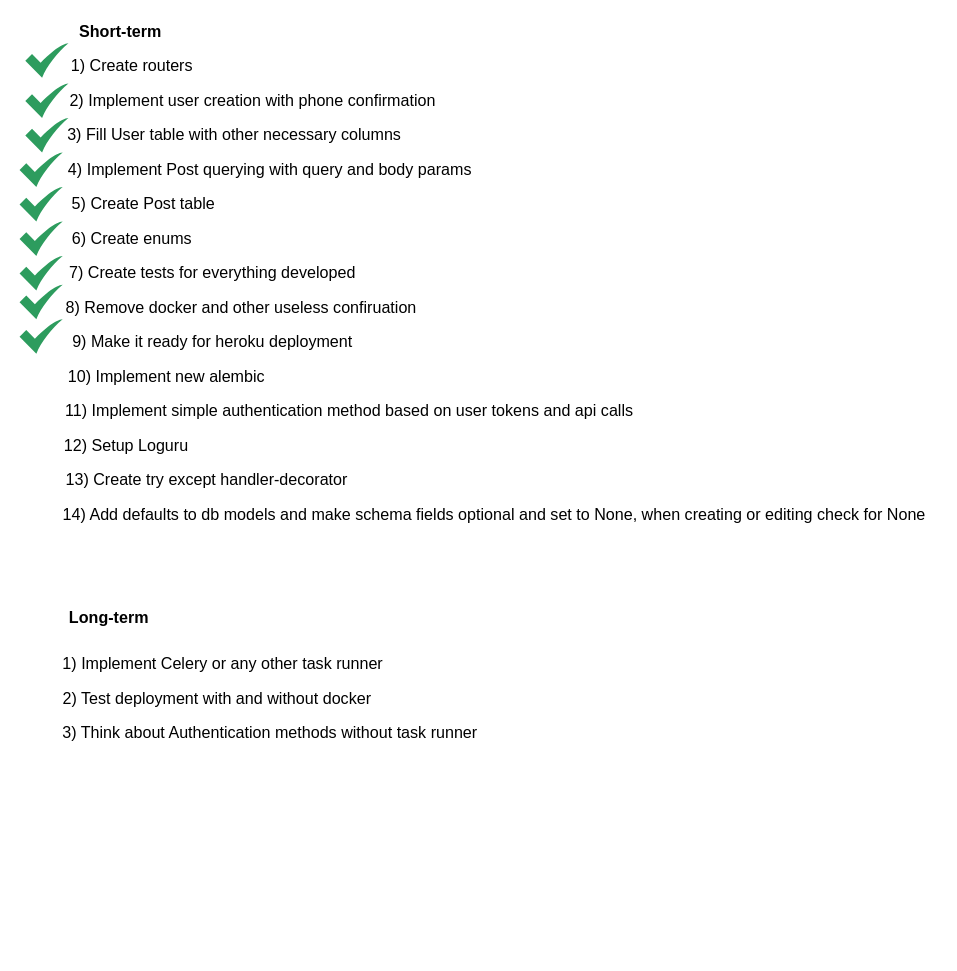
The draw.io diagram page "Objectives" (5 of 5) of backend/schema.drawio in Madi-S/kolik, before the edit. Source tidied: cells renumbered, new cells numbered last; positions are measured from the earlier drawing's top-left corner, leaving out a move shared by most shapes. Both pictures are drawn from the tidied source at 115%, with x=0, y=0 at pixel (18, 20).
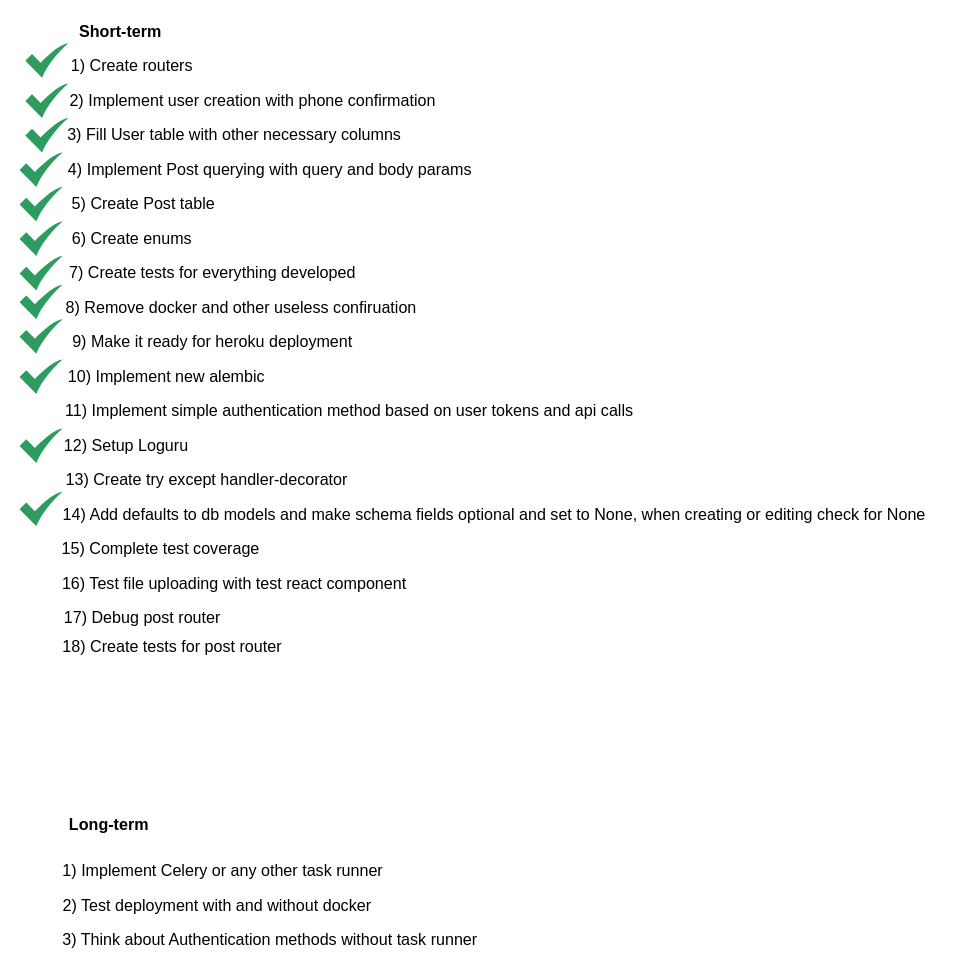
After the change.

Change to the diagram source:
```diff
@@
     <mxCell id="2" value="&lt;font style=&quot;font-size: 14px&quot;&gt;&lt;b&gt;Long-term&lt;/b&gt;&lt;/font&gt;" style="text;html=1;align=center;verticalAlign=middle;strokeColor=none;fillColor=none;" parent="1" vertex="1">
-      <mxGeometry x="38" y="510" width="80" height="20" as="geometry" />
+      <mxGeometry x="38" y="690" width="80" height="20" as="geometry" />
     </mxCell>
@@
     <mxCell id="4" value="1) Implement Celery or any other task runner" style="text;html=1;align=center;verticalAlign=middle;strokeColor=none;fillColor=none;fontSize=14;" parent="1" vertex="1">
-      <mxGeometry x="32" y="550" width="290" height="20" as="geometry" />
+      <mxGeometry x="32" y="730" width="290" height="20" as="geometry" />
     </mxCell>
     <mxCell id="5" value="2) Test deployment with and without docker" style="text;html=1;align=center;verticalAlign=middle;strokeColor=none;fillColor=none;fontSize=14;" parent="1" vertex="1">
-      <mxGeometry x="32" y="580" width="280" height="20" as="geometry" />
+      <mxGeometry x="32" y="760" width="280" height="20" as="geometry" />
     </mxCell>
     <mxCell id="6" value="3) Think about Authentication methods without task runner" style="text;html=1;align=center;verticalAlign=middle;strokeColor=none;fillColor=none;fontSize=14;" parent="1" vertex="1">
-      <mxGeometry x="28" y="610" width="380" height="20" as="geometry" />
+      <mxGeometry x="28" y="790" width="380" height="20" as="geometry" />
     </mxCell>
@@
+    <mxCell id="30" style="sketch=0;html=1;strokeColor=none;shadow=0;align=center;verticalAlign=top;fillColor=#2D9C5E;shape=mxgraph.gcp2.check;fontSize=14;" parent="1" vertex="1">
+      <mxGeometry x="0.5" y="295" width="37.5" height="30" as="geometry" />
+    </mxCell>
+    <mxCell id="31" style="sketch=0;html=1;strokeColor=none;shadow=0;align=center;verticalAlign=top;fillColor=#2D9C5E;shape=mxgraph.gcp2.check;fontSize=14;" parent="1" vertex="1">
+      <mxGeometry x="0.5" y="410" width="37.5" height="30" as="geometry" />
+    </mxCell>
+    <mxCell id="32" style="sketch=0;html=1;strokeColor=none;shadow=0;align=center;verticalAlign=top;fillColor=#2D9C5E;shape=mxgraph.gcp2.check;fontSize=14;" parent="1" vertex="1">
+      <mxGeometry x="0.5" y="355" width="37.5" height="30" as="geometry" />
+    </mxCell>
+    <mxCell id="33" value="15) Complete test coverage" style="text;html=1;align=center;verticalAlign=middle;strokeColor=none;fillColor=none;fontSize=14;" parent="1" vertex="1">
+      <mxGeometry x="28" y="450" width="190" height="20" as="geometry" />
+    </mxCell>
+    <mxCell id="34" value="16) Test file uploading with test react component" style="text;html=1;align=center;verticalAlign=middle;strokeColor=none;fillColor=none;fontSize=14;" parent="1" vertex="1">
+      <mxGeometry x="32" y="480" width="310" height="20" as="geometry" />
+    </mxCell>
+    <mxCell id="35" value="17) Debug post router" style="text;html=1;align=center;verticalAlign=middle;strokeColor=none;fillColor=none;fontSize=14;" parent="1" vertex="1">
+      <mxGeometry x="32" y="510" width="150" height="20" as="geometry" />
+    </mxCell>
+    <mxCell id="36" value="&lt;font style=&quot;font-size: 14px&quot;&gt;18) Create tests for post router&lt;/font&gt;" style="text;html=1;align=center;verticalAlign=middle;strokeColor=none;fillColor=none;" parent="1" vertex="1">
+      <mxGeometry x="28" y="535" width="210" height="20" as="geometry" />
+    </mxCell>
```
